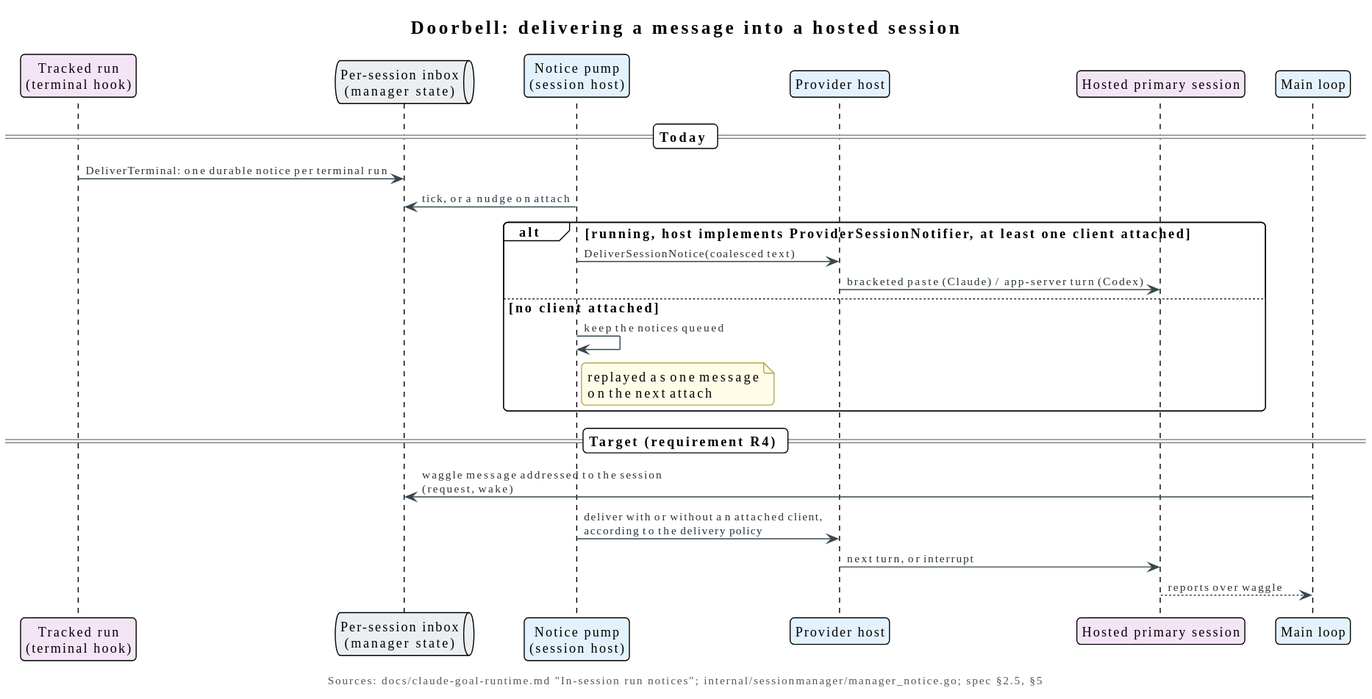
Above: diagrams/artefacts/plantuml/doorbell-delivery.svg in relux-works/agent-session-host (PlantUML), before the change.
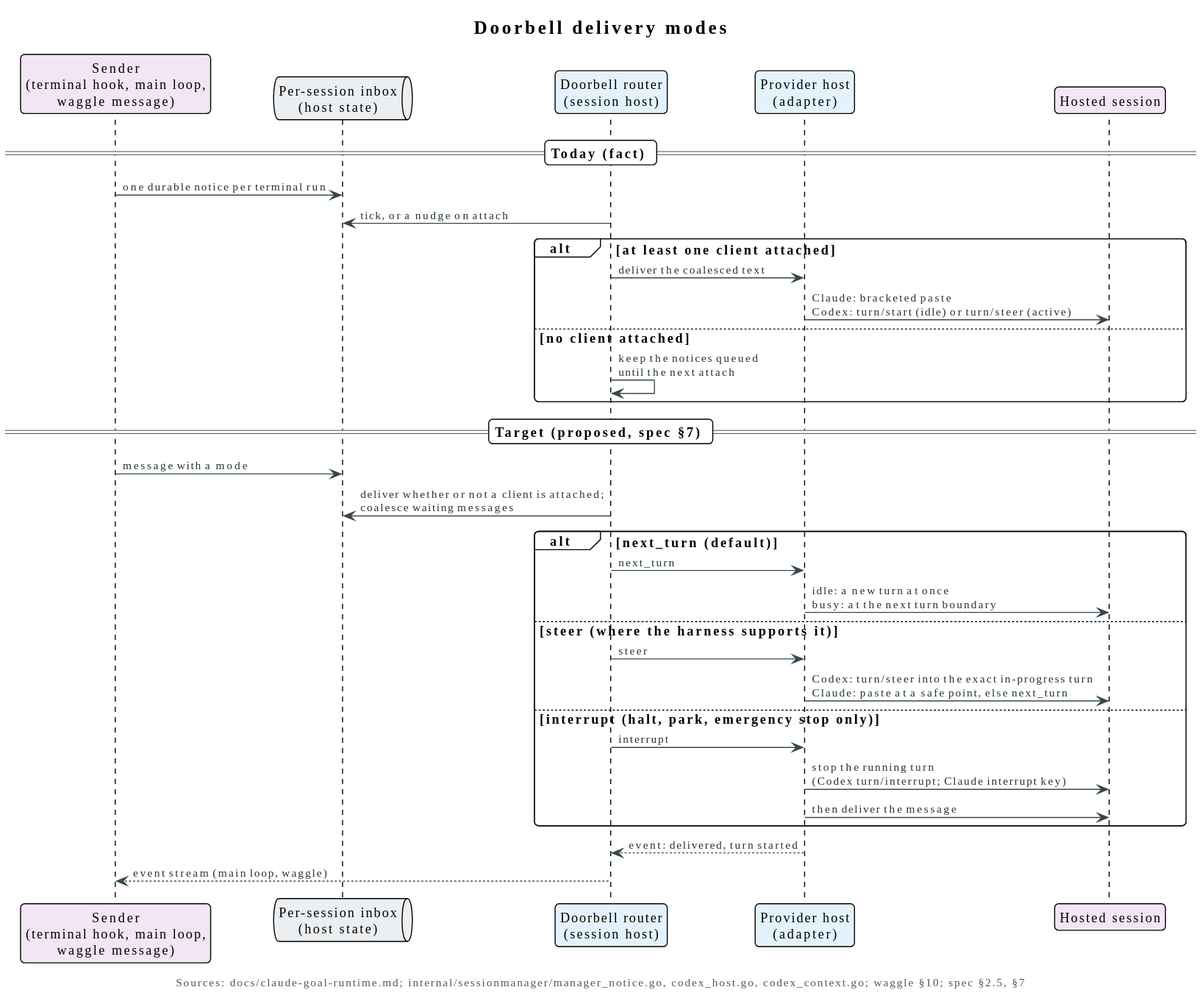
Later version of the same file.

The edit, as a diff of the source:
```diff
@@ -1,34 +1,40 @@
 @startuml
 !include ../_includes/theme.puml
 
-title Doorbell: delivering a message into a hosted session
+title Doorbell delivery modes
 
-participant "Tracked run\n(terminal hook)" as R $AGENT
-queue "Per-session inbox\n(manager state)" as I $PRIVATE
-participant "Notice pump\n(session host)" as Pump $SERVICE
-participant "Provider host" as H $SERVICE
-participant "Hosted primary session" as S $AGENT
-participant "Main loop" as M $SERVICE
+participant "Sender\n(terminal hook, main loop,\nwaggle message)" as R $AGENT
+queue "Per-session inbox\n(host state)" as I $PRIVATE
+participant "Doorbell router\n(session host)" as Pump $SERVICE
+participant "Provider host\n(adapter)" as H $SERVICE
+participant "Hosted session" as S $AGENT
 
-== Today ==
-R -> I: DeliverTerminal: one durable notice per terminal run
+== Today (fact) ==
+R -> I: one durable notice per terminal run
 Pump -> I: tick, or a nudge on attach
-alt running, host implements ProviderSessionNotifier, at least one client attached
-  Pump -> H: DeliverSessionNotice(coalesced text)
-  H -> S: bracketed paste (Claude) / app-server turn (Codex)
+alt at least one client attached
+  Pump -> H: deliver the coalesced text
+  H -> S: Claude: bracketed paste\nCodex: turn/start (idle) or turn/steer (active)
 else no client attached
-  Pump -> Pump: keep the notices queued
-  note right of Pump
-    replayed as one message
-    on the next attach
-  end note
+  Pump -> Pump: keep the notices queued\nuntil the next attach
 end
 
-== Target (requirement R4) ==
-M -> I: waggle message addressed to the session\n(request, wake)
-Pump -> H: deliver with or without an attached client,\naccording to the delivery policy
-H -> S: next turn, or interrupt
-S --> M: reports over waggle
+== Target (proposed, spec §7) ==
+R -> I: message with a mode
+Pump -> I: deliver whether or not a client is attached;\ncoalesce waiting messages
+alt next_turn (default)
+  Pump -> H: next_turn
+  H -> S: idle: a new turn at once\nbusy: at the next turn boundary
+else steer (where the harness supports it)
+  Pump -> H: steer
+  H -> S: Codex: turn/steer into the exact in-progress turn\nClaude: paste at a safe point, else next_turn
+else interrupt (halt, park, emergency stop only)
+  Pump -> H: interrupt
+  H -> S: stop the running turn\n(Codex turn/interrupt; Claude interrupt key)
+  H -> S: then deliver the message
+end
+H --> Pump: event: delivered, turn started
+Pump --> R: event stream (main loop, waggle)
 
-caption Sources: docs/claude-goal-runtime.md "In-session run notices"; internal/sessionmanager/manager_notice.go; spec §2.5, §5
+caption Sources: docs/claude-goal-runtime.md; internal/sessionmanager/manager_notice.go, codex_host.go, codex_context.go; waggle §10; spec §2.5, §7
 @enduml
```
